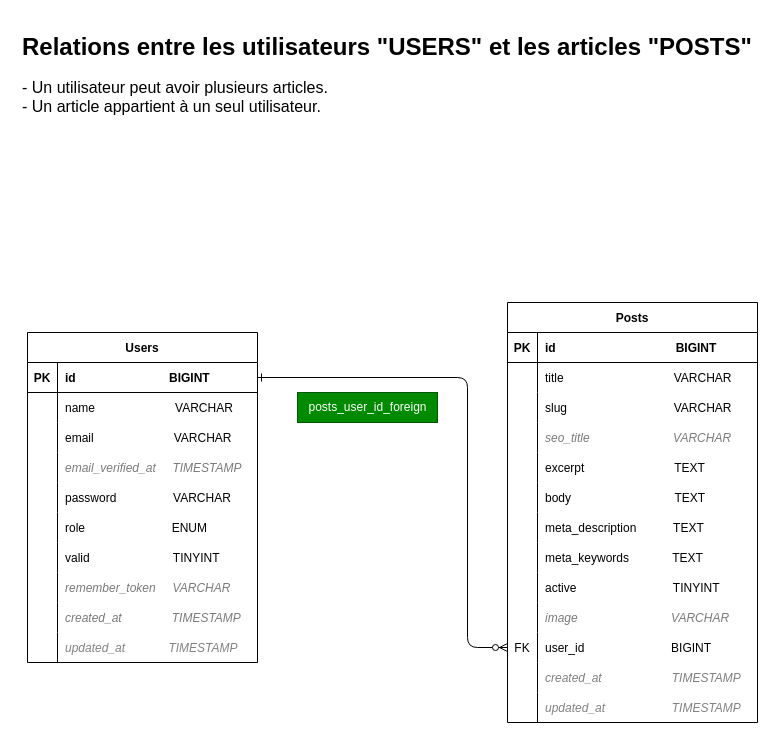
The draw.io diagram docs/data-structure/diagram-relation-posts-users.drawio in damiodev/tp-blog-laravel, before the edit. Source tidied: cells renumbered, new cells numbered last; positions are measured from the earlier drawing's top-left corner, leaving out a move shared by most shapes. Both pictures are drawn from the tidied source at 100%, with x=0, y=0 at pixel (17, 27).
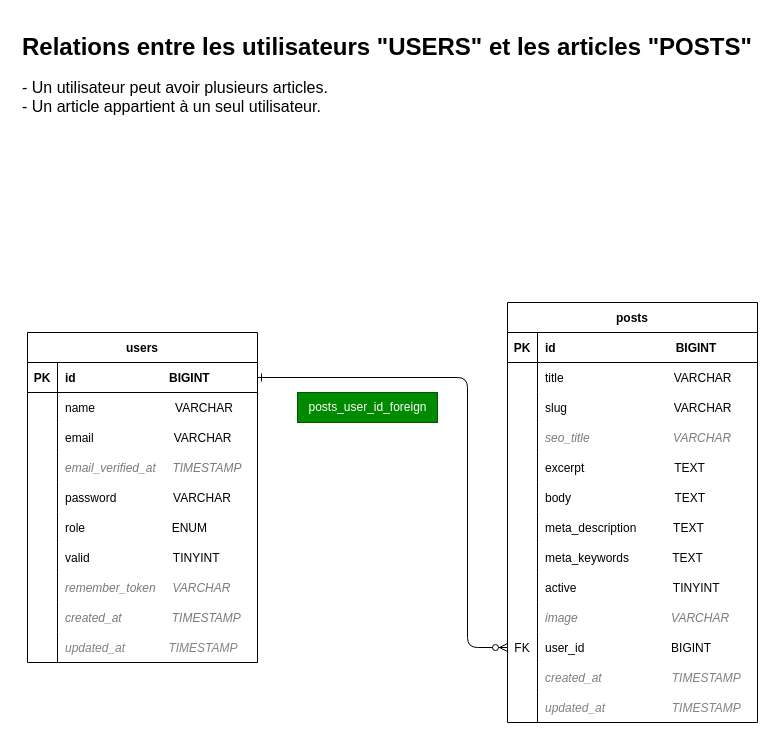
The same page after the edit.

What changed in the source:
```diff
@@
-    <mxCell id="4" value="Posts" style="shape=table;startSize=30;childLayout=tableLayout;rowLines=0;fontStyle=1;align=center;" parent="1" vertex="1">
+    <mxCell id="4" value="posts" style="shape=table;startSize=30;childLayout=tableLayout;rowLines=0;fontStyle=1;align=center;" parent="1" vertex="1">
       <mxGeometry x="490" y="275" width="250" height="420" as="geometry" />
     </mxCell>
@@
-    <mxCell id="44" value="Users" style="shape=table;startSize=30;childLayout=tableLayout;rowLines=0;fontStyle=1;align=center;" parent="1" vertex="1">
+    <mxCell id="44" value="users" style="shape=table;startSize=30;childLayout=tableLayout;rowLines=0;fontStyle=1;align=center;" parent="1" vertex="1">
       <mxGeometry x="10" y="305" width="230" height="330" as="geometry" />
     </mxCell>
```
